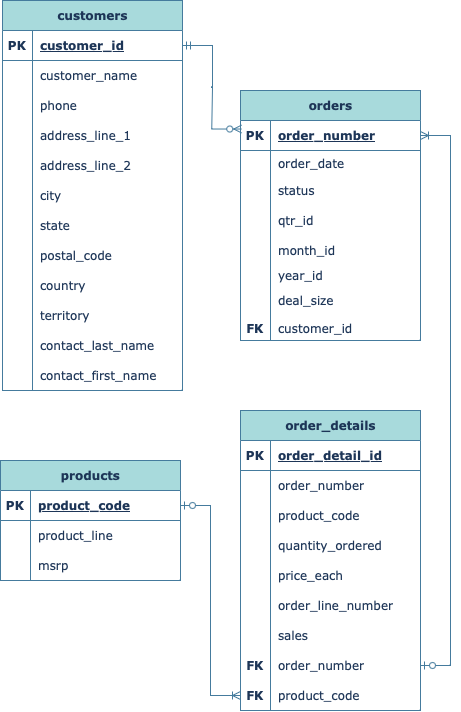
This is OrderManagementERD.png from megan-es/OrderManagementDB, a draw.io export, as it was before one commit. Source tidied: cells renumbered, new cells last; positions are measured from the earlier drawing's top-left corner, leaving out a move shared by most shapes.
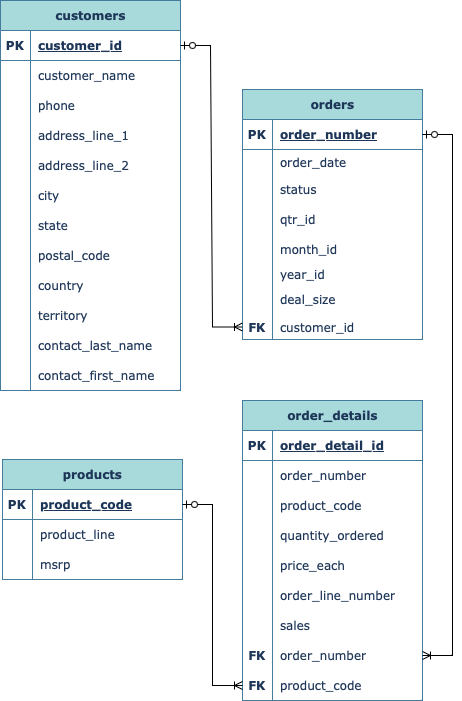
The same diagram one commit later.

Change to the diagram source:
```diff
@@ -3,7 +3,7 @@
     <mxCell id="0" />
     <mxCell id="1" parent="0" />
     <mxCell id="2" value="products" style="shape=table;startSize=30;rowLines=0;fontStyle=1;align=center;html=1;labelBackgroundColor=none;fillColor=#A8DADC;strokeColor=#457B9D;fontColor=#1D3557;fontFamily=Verdana;" parent="1" vertex="1">
-      <mxGeometry y="460" width="180" height="120" as="geometry" />
+      <mxGeometry x="5" y="460" width="180" height="120" as="geometry" />
     </mxCell>
     <mxCell id="3" style="shape=tableRow;horizontal=0;startSize=0;swimlaneHead=0;swimlaneBody=0;fillColor=none;points=[[0,0.5],[1,0.5]];portConstraint=eastwest;top=0;left=0;right=0;bottom=1;labelBackgroundColor=none;strokeColor=#457B9D;fontColor=#1D3557;fontFamily=Verdana;" parent="2" vertex="1">
       <mxGeometry y="30" width="180" height="30" as="geometry" />
@@ -33,7 +33,7 @@
       <mxGeometry x="30" width="150" height="30" as="geometry" />
     </mxCell>
     <mxCell id="12" value="order_details" style="shape=table;startSize=30;rowLines=0;fontStyle=1;align=center;html=1;labelBackgroundColor=none;fillColor=#A8DADC;strokeColor=#457B9D;fontColor=#1D3557;fontFamily=Verdana;" parent="1" vertex="1">
-      <mxGeometry x="240" y="410" width="180" height="300" as="geometry" />
+      <mxGeometry x="245" y="401" width="180" height="300" as="geometry" />
     </mxCell>
     <mxCell id="13" style="shape=tableRow;horizontal=0;startSize=0;swimlaneHead=0;swimlaneBody=0;fillColor=none;top=0;left=0;right=0;bottom=1;labelBackgroundColor=none;strokeColor=#457B9D;fontColor=#1D3557;fontFamily=Verdana;" parent="12" vertex="1">
       <mxGeometry y="30" width="180" height="30" as="geometry" />
@@ -117,7 +117,7 @@
       <mxGeometry x="30" width="150" height="30" as="geometry" />
     </mxCell>
     <mxCell id="40" value="orders" style="shape=table;startSize=30;rowLines=0;fontStyle=1;align=center;html=1;labelBackgroundColor=none;fillColor=#A8DADC;strokeColor=#457B9D;fontColor=#1D3557;fontFamily=Verdana;" parent="1" vertex="1">
-      <mxGeometry x="240" y="90" width="180" height="250" as="geometry" />
+      <mxGeometry x="245" y="90" width="180" height="250" as="geometry" />
     </mxCell>
     <mxCell id="41" style="shape=tableRow;horizontal=0;startSize=0;swimlaneHead=0;swimlaneBody=0;fillColor=none;points=[[0,0.5],[1,0.5]];portConstraint=eastwest;top=0;left=0;right=0;bottom=1;labelBackgroundColor=none;strokeColor=#457B9D;fontColor=#1D3557;fontFamily=Verdana;" parent="40" vertex="1">
       <mxGeometry y="30" width="180" height="30" as="geometry" />
@@ -192,7 +192,7 @@
       <mxGeometry x="30" width="150" height="25" as="geometry" />
     </mxCell>
     <mxCell id="65" value="customers" style="shape=table;startSize=30;rowLines=0;fontStyle=1;align=center;html=1;labelBackgroundColor=none;fillColor=#A8DADC;strokeColor=#457B9D;fontColor=#1D3557;fontFamily=Verdana;" parent="1" vertex="1">
-      <mxGeometry x="2" width="180" height="390" as="geometry" />
+      <mxGeometry x="3" y="1" width="180" height="390" as="geometry" />
     </mxCell>
     <mxCell id="66" style="shape=tableRow;horizontal=0;startSize=0;swimlaneHead=0;swimlaneBody=0;fillColor=none;points=[[0,0.5],[1,0.5]];portConstraint=eastwest;top=0;left=0;right=0;bottom=1;labelBackgroundColor=none;strokeColor=#457B9D;fontColor=#1D3557;fontFamily=Verdana;" parent="65" vertex="1">
       <mxGeometry y="30" width="180" height="30" as="geometry" />
@@ -302,24 +302,24 @@
     <mxCell id="101" value="contact_first_name" style="shape=partialRectangle;fillColor=none;top=0;left=0;bottom=0;right=0;align=left;spacingLeft=6;overflow=hidden;whiteSpace=wrap;html=1;labelBackgroundColor=none;strokeColor=#457B9D;fontColor=#1D3557;fontFamily=Verdana;" parent="99" vertex="1">
       <mxGeometry x="30" width="150" height="30" as="geometry" />
     </mxCell>
-    <mxCell id="102" style="edgeStyle=entityRelationEdgeStyle;fontSize=12;html=1;endArrow=ERzeroToMany;startArrow=ERmandOne;rounded=0;entryX=0.007;entryY=0.284;entryDx=0;entryDy=0;exitX=1;exitY=0.5;exitDx=0;exitDy=0;labelBackgroundColor=none;strokeColor=#457B9D;fontColor=default;fontFamily=Verdana;entryPerimeter=0;" parent="1" edge="1" source="66" target="41">
-      <mxGeometry relative="1" as="geometry" />
-    </mxCell>
-    <mxCell id="103" style="edgeStyle=entityRelationEdgeStyle;fontSize=12;html=1;endArrow=ERoneToMany;startArrow=ERzeroToOne;rounded=0;labelBackgroundColor=none;strokeColor=#457B9D;fontColor=default;fontFamily=Verdana;exitX=1;exitY=0.5;exitDx=0;exitDy=0;" parent="1" edge="1" source="34" target="41">
-      <mxGeometry relative="1" as="geometry">
-        <Array as="points">
-          <mxPoint x="559" y="278" />
-        </Array>
-      </mxGeometry>
-    </mxCell>
-    <mxCell id="104" style="edgeStyle=entityRelationEdgeStyle;fontSize=12;html=1;endArrow=ERoneToMany;startArrow=ERzeroToOne;rounded=0;labelBackgroundColor=none;strokeColor=#457B9D;fontColor=default;fontFamily=Verdana;entryX=0;entryY=0.5;entryDx=0;entryDy=0;exitX=1;exitY=0.5;exitDx=0;exitDy=0;" parent="1" edge="1" source="3" target="37">
+    <mxCell id="104" style="edgeStyle=entityRelationEdgeStyle;fontSize=12;html=1;endArrow=ERoneToMany;startArrow=ERzeroToOne;rounded=0;exitX=1;exitY=0.5;exitDx=0;exitDy=0;entryX=0;entryY=0.5;entryDx=0;entryDy=0;" parent="1" edge="1" source="3" target="37">
       <mxGeometry relative="1" as="geometry">
         <Array as="points">
-          <mxPoint x="193" y="1173" />
-          <mxPoint x="383" y="810" />
-          <mxPoint x="144" y="945" />
+          <mxPoint x="177" y="604" />
+          <mxPoint x="156" y="609" />
         </Array>
       </mxGeometry>
     </mxCell>
+    <mxCell id="105" style="edgeStyle=entityRelationEdgeStyle;fontSize=12;html=1;endArrow=ERoneToMany;startArrow=ERzeroToOne;rounded=0;entryX=0;entryY=0.5;entryDx=0;entryDy=0;" parent="1" edge="1" source="66" target="62">
+      <mxGeometry relative="1" as="geometry" />
+    </mxCell>
+    <mxCell id="106" style="edgeStyle=entityRelationEdgeStyle;fontSize=12;html=1;endArrow=ERoneToMany;startArrow=ERzeroToOne;rounded=0;" parent="1" edge="1" source="41" target="34">
+      <mxGeometry relative="1" as="geometry">
+        <Array as="points">
+          <mxPoint x="479" y="337" />
+          <mxPoint x="432" y="140" />
+        </Array>
+      </mxGeometry>
+    </mxCell>
   </root>
 </mxGraphModel>
```
